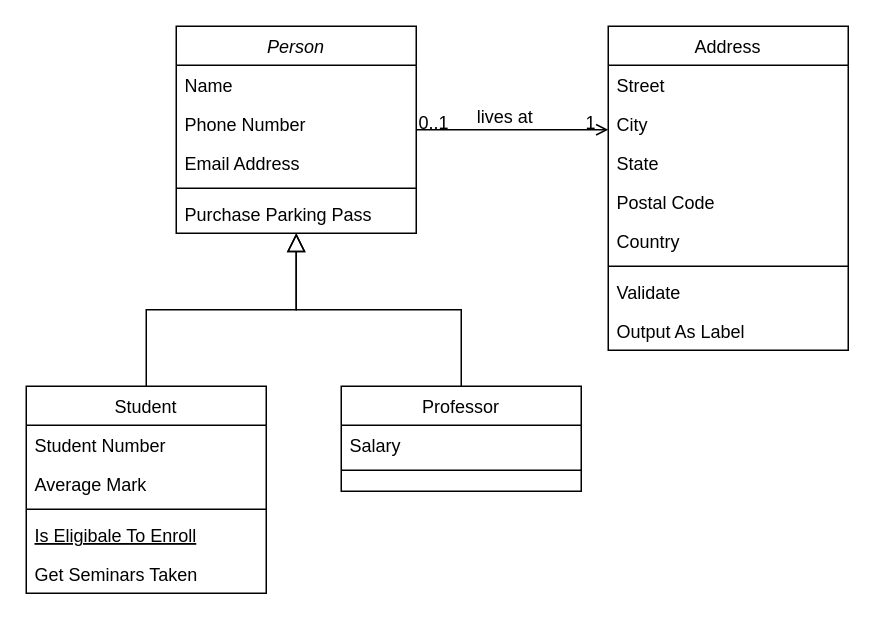
Before: Untitled Diagram.drawio in Oleg-Stukalov/draw.io-schemes, a draw.io diagram. Source tidied: cells renumbered, new cells numbered last; positions are measured from the earlier drawing's top-left corner, leaving out a move shared by most shapes. Both pictures are drawn from the tidied source at 150%, with x=0, y=0 at pixel (26, 26).
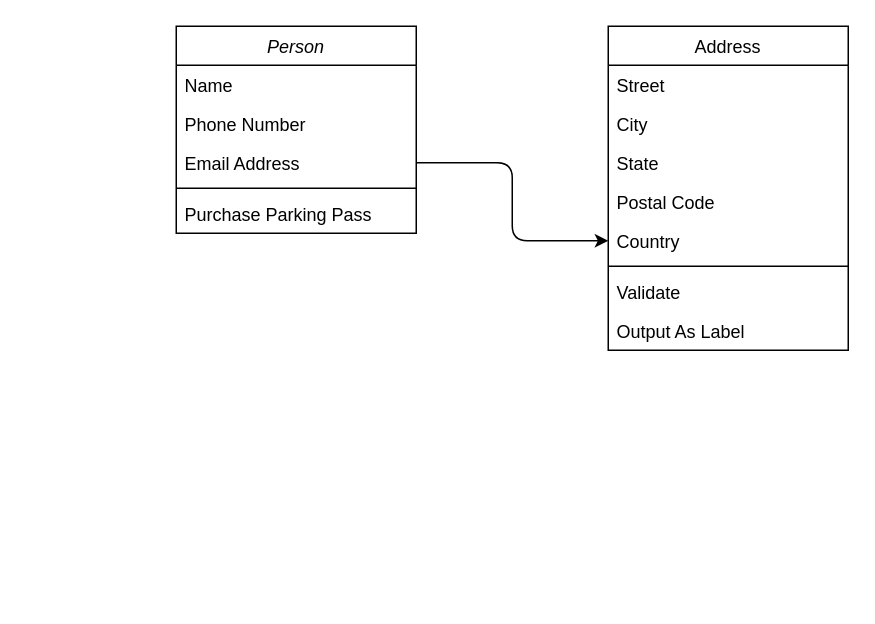
The same page after the edit.

Unchanged cells that the change refers to:
```xml
<mxCell id="2" value="Person" style="swimlane;fontStyle=2;align=center;verticalAlign=top;horizontal=1;startSize=26;rounded=0;shadow=0;strokeWidth=1;" parent="1" vertex="1">
  <mxGeometry x="100" width="160" height="138" as="geometry" />
</mxCell>
<mxCell id="5" value="Email Address" style="text;align=left;verticalAlign=top;spacingLeft=4;spacingRight=4;overflow=hidden;points=[[0,0.5],[1,0.5]];portConstraint=eastwest;rounded=0;shadow=0;html=0;" parent="2" vertex="1">
  <mxGeometry y="78" width="160" height="26" as="geometry" />
</mxCell>
<mxCell id="19" value="Address" style="swimlane;fontStyle=0;align=center;verticalAlign=top;horizontal=1;startSize=26;rounded=0;shadow=0;strokeWidth=1;" parent="1" vertex="1">
  <mxGeometry x="388" width="160" height="216" as="geometry" />
</mxCell>
<mxCell id="24" value="Country" style="text;align=left;verticalAlign=top;spacingLeft=4;spacingRight=4;overflow=hidden;points=[[0,0.5],[1,0.5]];portConstraint=eastwest;rounded=0;shadow=0;html=0;" parent="19" vertex="1">
  <mxGeometry y="130" width="160" height="26" as="geometry" />
</mxCell>
```

Change to the diagram source:
```diff
@@
-    <mxCell id="8" value="Student" style="swimlane;fontStyle=0;align=center;verticalAlign=top;horizontal=1;startSize=26;rounded=0;shadow=0;strokeWidth=1;" parent="1" vertex="1">
-      <mxGeometry y="240" width="160" height="138" as="geometry" />
-    </mxCell>
-    <mxCell id="9" value="Student Number" style="text;align=left;verticalAlign=top;spacingLeft=4;spacingRight=4;overflow=hidden;" parent="8" vertex="1">
-      <mxGeometry y="26" width="160" height="26" as="geometry" />
-    </mxCell>
-    <mxCell id="10" value="Average Mark" style="text;align=left;verticalAlign=top;spacingLeft=4;spacingRight=4;overflow=hidden;rounded=0;shadow=0;html=0;" parent="8" vertex="1">
-      <mxGeometry y="52" width="160" height="26" as="geometry" />
-    </mxCell>
-    <mxCell id="11" style="line;html=1;strokeWidth=1;align=left;verticalAlign=middle;spacingTop=-1;spacingLeft=3;spacingRight=3;labelPosition=right;" parent="8" vertex="1">
-      <mxGeometry y="78" width="160" height="8" as="geometry" />
-    </mxCell>
-    <mxCell id="12" value="Is Eligibale To Enroll" style="text;align=left;verticalAlign=top;spacingLeft=4;spacingRight=4;overflow=hidden;fontStyle=4;" parent="8" vertex="1">
-      <mxGeometry y="86" width="160" height="26" as="geometry" />
-    </mxCell>
-    <mxCell id="13" value="Get Seminars Taken" style="text;align=left;verticalAlign=top;spacingLeft=4;spacingRight=4;overflow=hidden;" parent="8" vertex="1">
-      <mxGeometry y="112" width="160" height="26" as="geometry" />
-    </mxCell>
-    <mxCell id="14" style="endArrow=block;endSize=10;endFill=0;shadow=0;strokeWidth=1;rounded=0;edgeStyle=elbowEdgeStyle;elbow=vertical;" parent="1" edge="1" source="8" target="2">
-      <mxGeometry relative="1" as="geometry" />
-    </mxCell>
-    <mxCell id="15" value="Professor" style="swimlane;fontStyle=0;align=center;verticalAlign=top;horizontal=1;startSize=26;rounded=0;shadow=0;strokeWidth=1;" parent="1" vertex="1">
-      <mxGeometry x="210" y="240" width="160" height="70" as="geometry" />
-    </mxCell>
-    <mxCell id="16" value="Salary" style="text;align=left;verticalAlign=top;spacingLeft=4;spacingRight=4;overflow=hidden;" parent="15" vertex="1">
-      <mxGeometry y="26" width="160" height="26" as="geometry" />
-    </mxCell>
-    <mxCell id="17" style="line;html=1;strokeWidth=1;align=left;verticalAlign=middle;spacingTop=-1;spacingLeft=3;spacingRight=3;labelPosition=right;" parent="15" vertex="1">
-      <mxGeometry y="52" width="160" height="8" as="geometry" />
-    </mxCell>
-    <mxCell id="18" style="endArrow=block;endSize=10;endFill=0;shadow=0;strokeWidth=1;rounded=0;edgeStyle=elbowEdgeStyle;elbow=vertical;" parent="1" edge="1" source="15" target="2">
-      <mxGeometry relative="1" as="geometry" />
-    </mxCell>
@@
-    <mxCell id="28" style="endArrow=open;shadow=0;strokeWidth=1;rounded=0;endFill=1;edgeStyle=elbowEdgeStyle;elbow=vertical;" parent="1" edge="1" source="2" target="19">
-      <mxGeometry x="0.5" y="41" relative="1" as="geometry">
-        <mxPoint x="-40" y="32" as="offset" />
-      </mxGeometry>
-    </mxCell>
-    <mxCell id="29" value="0..1" style="align=left;verticalAlign=bottom;labelBackgroundColor=none;fontSize=12;" parent="28" vertex="1">
-      <mxGeometry x="-1" relative="1" as="geometry">
-        <mxPoint y="4" as="offset" />
-      </mxGeometry>
-    </mxCell>
-    <mxCell id="30" value="1" style="align=right;verticalAlign=bottom;labelBackgroundColor=none;fontSize=12;" parent="28" vertex="1">
-      <mxGeometry x="1" relative="1" as="geometry">
-        <mxPoint x="-7" y="4" as="offset" />
-      </mxGeometry>
-    </mxCell>
-    <mxCell id="31" value="lives at" style="text;html=1;align=center;verticalAlign=middle;labelBackgroundColor=none;rounded=0;shadow=0;strokeWidth=1;fontSize=12;" parent="28" vertex="1">
-      <mxGeometry x="0.5" y="49" relative="1" as="geometry">
-        <mxPoint x="-38" y="40" as="offset" />
-      </mxGeometry>
-    </mxCell>
+    <mxCell id="32" style="edgeStyle=elbowEdgeStyle;elbow=horizontal;endArrow=classic;html=1;" parent="1" edge="1" source="5" target="24">
+      <mxGeometry relative="1" as="geometry" />
+    </mxCell>
```
